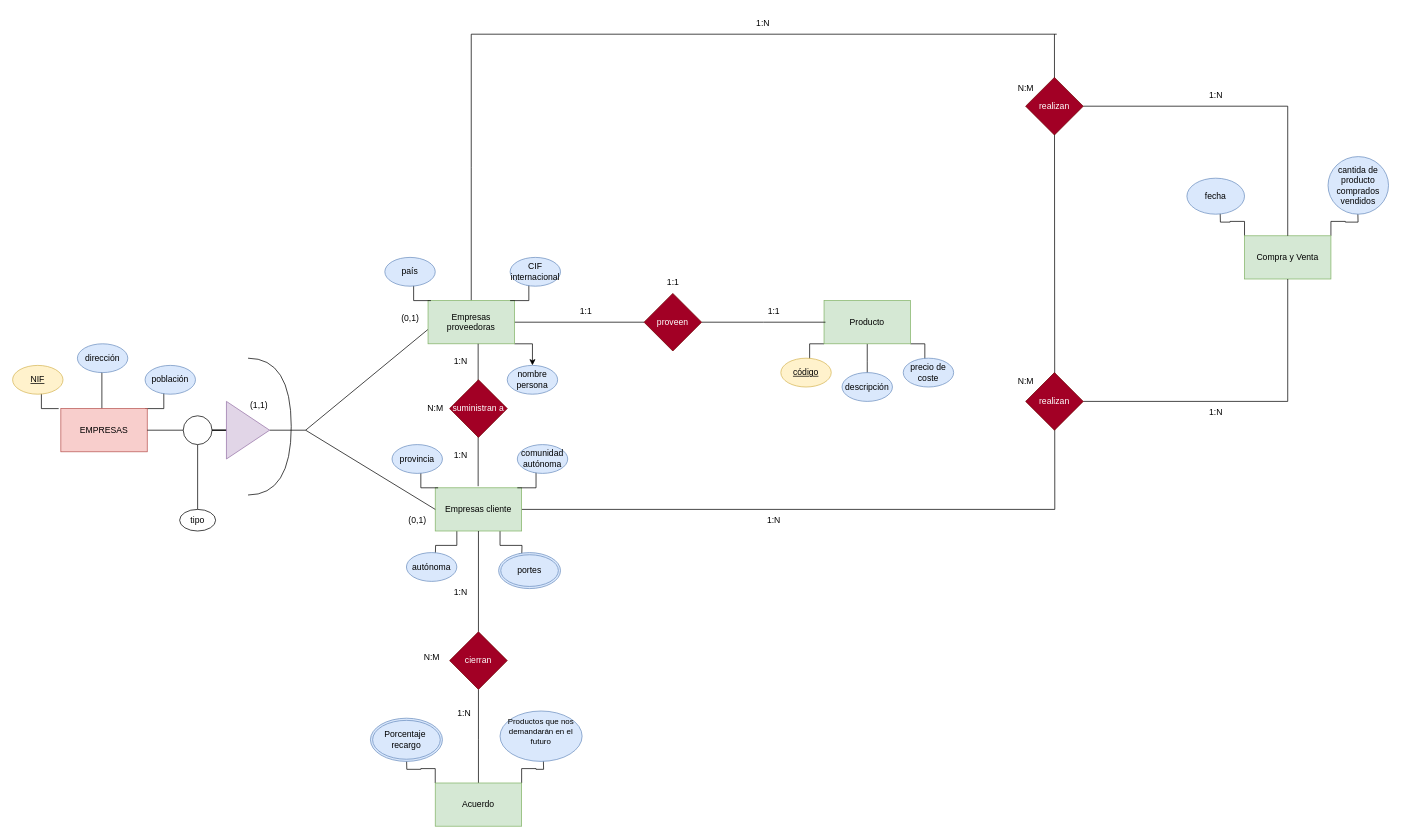
This is Unidad-2/Tarea-Entregable-4/Tarea-Entregable-4.drawio from jpprguezz/BAE, a draw.io file, before an edit. Source tidied: cells renumbered, new cells numbered last; positions are measured from the earlier drawing's top-left corner, leaving out a move shared by most shapes. Both pictures are drawn from the tidied source at 72%, with x=0, y=0 at pixel (12, 12).
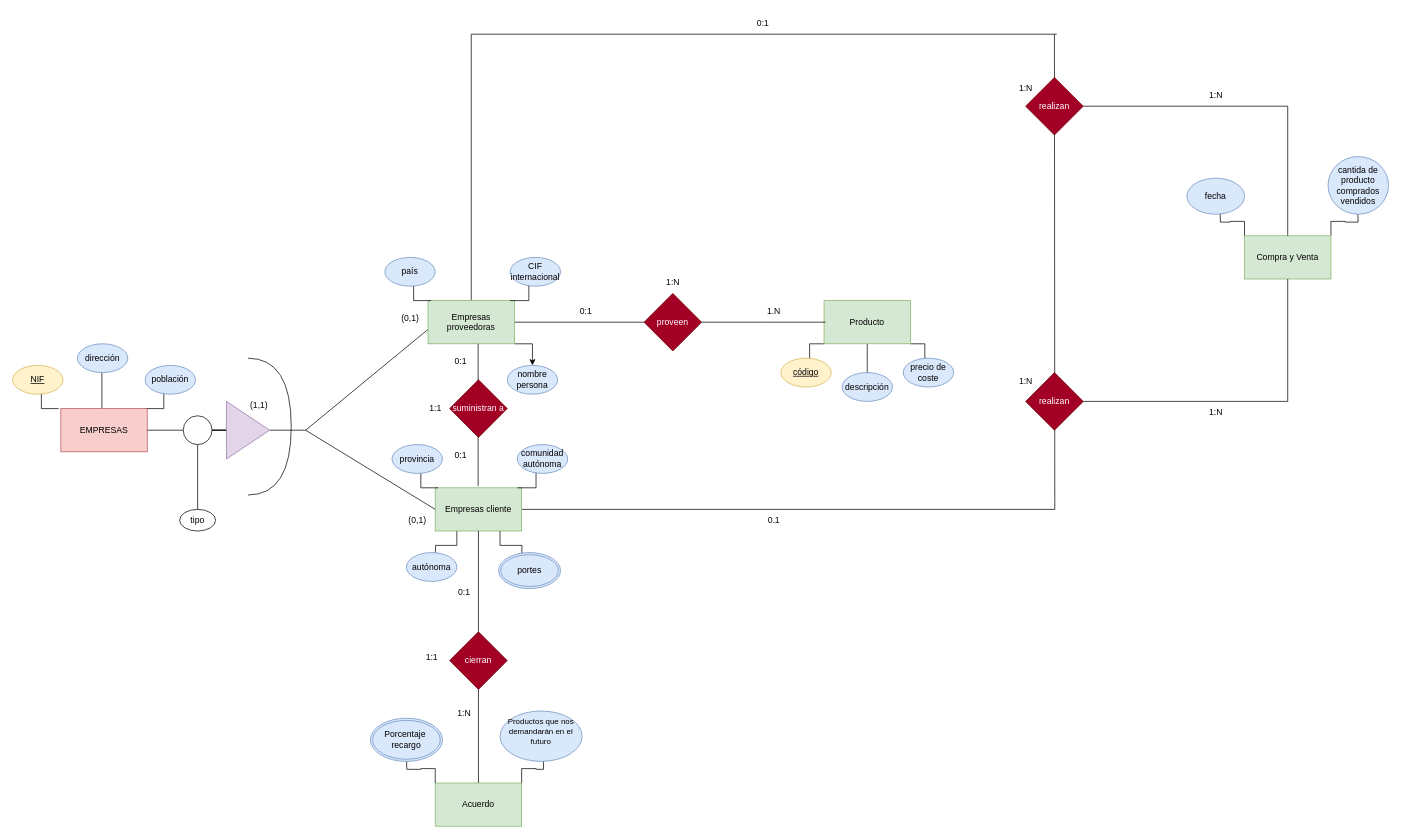
The same diagram, later.

The edit, as a diff of the source:
```diff
@@
-    <mxCell id="65" value="1:1" style="text;html=1;align=center;verticalAlign=middle;strokeColor=none;fillColor=none;" parent="1" vertex="1">
+    <mxCell id="65" value="0:1" style="text;html=1;align=center;verticalAlign=middle;strokeColor=none;fillColor=none;" parent="1" vertex="1">
       <mxGeometry x="776" y="400" width="40" height="30" as="geometry" />
     </mxCell>
-    <mxCell id="66" value="1:1" style="text;html=1;align=center;verticalAlign=middle;strokeColor=none;fillColor=none;" parent="1" vertex="1">
+    <mxCell id="66" value="1.N" style="text;html=1;align=center;verticalAlign=middle;strokeColor=none;fillColor=none;" parent="1" vertex="1">
       <mxGeometry x="1037" y="400" width="40" height="30" as="geometry" />
     </mxCell>
-    <mxCell id="67" value="1:1" style="text;html=1;align=center;verticalAlign=middle;strokeColor=none;fillColor=none;" parent="1" vertex="1">
+    <mxCell id="67" value="1:N" style="text;html=1;align=center;verticalAlign=middle;strokeColor=none;fillColor=none;" parent="1" vertex="1">
       <mxGeometry x="897" y="360" width="40" height="30" as="geometry" />
     </mxCell>
-    <mxCell id="68" value="1:N" style="text;html=1;align=center;verticalAlign=middle;strokeColor=none;fillColor=none;" parent="1" vertex="1">
+    <mxCell id="68" value="0:1" style="text;html=1;align=center;verticalAlign=middle;strokeColor=none;fillColor=none;" parent="1" vertex="1">
       <mxGeometry x="602" y="470" width="40" height="30" as="geometry" />
     </mxCell>
-    <mxCell id="69" value="N:M" style="text;html=1;align=center;verticalAlign=middle;strokeColor=none;fillColor=none;" parent="1" vertex="1">
-      <mxGeometry x="562" y="535" width="50" height="30" as="geometry" />
+    <mxCell id="69" value="1:1" style="text;html=1;align=center;verticalAlign=middle;strokeColor=none;fillColor=none;" parent="1" vertex="1">
+      <mxGeometry x="567" y="535" width="40" height="30" as="geometry" />
     </mxCell>
-    <mxCell id="70" value="1:N" style="text;html=1;align=center;verticalAlign=middle;strokeColor=none;fillColor=none;" parent="1" vertex="1">
+    <mxCell id="70" value="0:1" style="text;html=1;align=center;verticalAlign=middle;strokeColor=none;fillColor=none;" parent="1" vertex="1">
       <mxGeometry x="602" y="600" width="40" height="30" as="geometry" />
     </mxCell>
-    <mxCell id="71" value="1:N" style="text;html=1;align=center;verticalAlign=middle;strokeColor=none;fillColor=none;" parent="1" vertex="1">
+    <mxCell id="71" value="0.1" style="text;html=1;align=center;verticalAlign=middle;strokeColor=none;fillColor=none;" parent="1" vertex="1">
       <mxGeometry x="1037" y="690" width="40" height="30" as="geometry" />
     </mxCell>
@@
-    <mxCell id="76" value="N:M" style="text;html=1;align=center;verticalAlign=middle;strokeColor=none;fillColor=none;" parent="1" vertex="1">
-      <mxGeometry x="1382" y="90" width="50" height="30" as="geometry" />
+    <mxCell id="76" value="1:N" style="text;html=1;align=center;verticalAlign=middle;strokeColor=none;fillColor=none;" parent="1" vertex="1">
+      <mxGeometry x="1387" y="90" width="40" height="30" as="geometry" />
     </mxCell>
-    <mxCell id="77" value="N:M" style="text;html=1;align=center;verticalAlign=middle;strokeColor=none;fillColor=none;" parent="1" vertex="1">
-      <mxGeometry x="1382" y="498" width="50" height="30" as="geometry" />
+    <mxCell id="77" value="1:N" style="text;html=1;align=center;verticalAlign=middle;strokeColor=none;fillColor=none;" parent="1" vertex="1">
+      <mxGeometry x="1387" y="498" width="40" height="30" as="geometry" />
     </mxCell>
-    <mxCell id="78" value="1:N" style="text;html=1;align=center;verticalAlign=middle;strokeColor=none;fillColor=none;" parent="1" vertex="1">
+    <mxCell id="78" value="0:1" style="text;html=1;align=center;verticalAlign=middle;strokeColor=none;fillColor=none;" parent="1" vertex="1">
       <mxGeometry x="1022" width="40" height="30" as="geometry" />
     </mxCell>
@@
-    <mxCell id="82" value="1:N" style="text;html=1;align=center;verticalAlign=middle;strokeColor=none;fillColor=none;" parent="1" vertex="1">
-      <mxGeometry x="602" y="790" width="40" height="30" as="geometry" />
+    <mxCell id="82" value="0:1" style="text;html=1;align=center;verticalAlign=middle;strokeColor=none;fillColor=none;" parent="1" vertex="1">
+      <mxGeometry x="607" y="790" width="40" height="30" as="geometry" />
     </mxCell>
-    <mxCell id="83" value="N:M" style="text;html=1;align=center;verticalAlign=middle;strokeColor=none;fillColor=none;" parent="1" vertex="1">
-      <mxGeometry x="557" y="880" width="50" height="30" as="geometry" />
+    <mxCell id="83" value="1:1" style="text;html=1;align=center;verticalAlign=middle;strokeColor=none;fillColor=none;" parent="1" vertex="1">
+      <mxGeometry x="562" y="880" width="40" height="30" as="geometry" />
     </mxCell>
```
